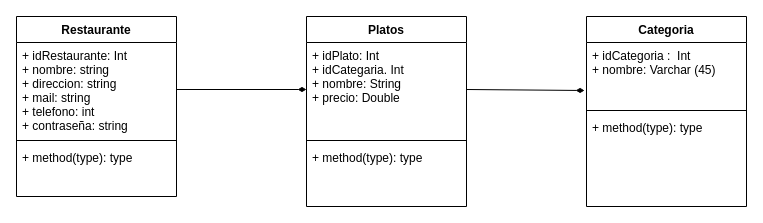
alex171615/MVCResto-1 keeps this draw.io diagram as DiagramaMvcResto/Diagrama.dio. Above is the earlier version. Source tidied: cells renumbered, new cells numbered last; positions are measured from the earlier drawing's top-left corner, leaving out a move shared by most shapes. Both pictures are drawn from the tidied source at 100%, with x=0, y=0 at pixel (16, 16).
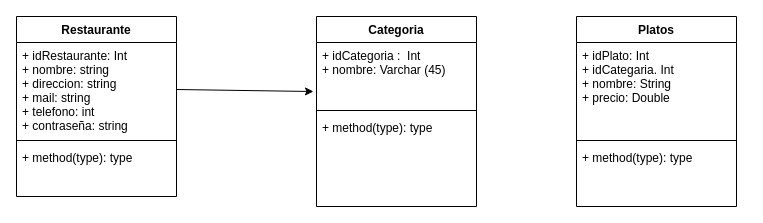
After the change.

What changed in the source:
```diff
@@
 <mxGraphModel>
   <root>
     <mxCell id="0" />
     <mxCell id="1" parent="0" />
     <mxCell id="2" value="Platos" style="swimlane;fontStyle=1;align=center;verticalAlign=top;horizontal=1;startSize=26;" parent="1" vertex="1">
-      <mxGeometry x="290" width="160" height="190" as="geometry" />
+      <mxGeometry x="560" width="160" height="190" as="geometry" />
     </mxCell>
     <mxCell id="3" value="+ idPlato: Int &#10;+ idCategaria. Int &#10;+ nombre: String&#10;+ precio: Double&#10;" style="text;strokeColor=none;fillColor=none;align=left;verticalAlign=top;spacingLeft=4;spacingRight=4;overflow=hidden;points=[[0,0.5],[1,0.5]];portConstraint=eastwest;" parent="2" vertex="1">
       <mxGeometry y="26" width="160" height="94" as="geometry" />
     </mxCell>
     <mxCell id="4" style="line;strokeWidth=1;fillColor=none;align=left;verticalAlign=middle;spacingTop=-1;spacingLeft=3;spacingRight=3;labelPosition=right;" parent="2" vertex="1">
       <mxGeometry y="120" width="160" height="8" as="geometry" />
     </mxCell>
     <mxCell id="5" value="+ method(type): type" style="text;strokeColor=none;fillColor=none;align=left;verticalAlign=top;spacingLeft=4;spacingRight=4;overflow=hidden;" parent="2" vertex="1">
       <mxGeometry y="128" width="160" height="62" as="geometry" />
     </mxCell>
     <mxCell id="6" value="Categoria" style="swimlane;fontStyle=1;align=center;verticalAlign=top;horizontal=1;startSize=26;" parent="1" vertex="1">
-      <mxGeometry x="570" width="160" height="190" as="geometry" />
+      <mxGeometry x="300" width="160" height="190" as="geometry" />
     </mxCell>
     <mxCell id="7" value="+ idCategoria :  Int&#10;+ nombre: Varchar (45)" style="text;strokeColor=none;fillColor=none;align=left;verticalAlign=top;spacingLeft=4;spacingRight=4;overflow=hidden;points=[[0,0.5],[1,0.5]];portConstraint=eastwest;" parent="6" vertex="1">
       <mxGeometry y="26" width="160" height="64" as="geometry" />
     </mxCell>
     <mxCell id="8" style="line;strokeWidth=1;fillColor=none;align=left;verticalAlign=middle;spacingTop=-1;spacingLeft=3;spacingRight=3;labelPosition=right;" parent="6" vertex="1">
       <mxGeometry y="90" width="160" height="8" as="geometry" />
     </mxCell>
     <mxCell id="9" value="+ method(type): type" style="text;strokeColor=none;fillColor=none;align=left;verticalAlign=top;spacingLeft=4;spacingRight=4;overflow=hidden;" parent="6" vertex="1">
       <mxGeometry y="98" width="160" height="92" as="geometry" />
     </mxCell>
     <mxCell id="10" value="Restaurante" style="swimlane;fontStyle=1;align=center;verticalAlign=top;horizontal=1;startSize=26;" parent="1" vertex="1">
       <mxGeometry width="160" height="180" as="geometry" />
     </mxCell>
     <mxCell id="11" value="+ idRestaurante: Int &#10;+ nombre: string&#10;+ direccion: string&#10;+ mail: string&#10;+ telefono: int&#10;+ contraseña: string&#10;" style="text;strokeColor=none;fillColor=none;align=left;verticalAlign=top;spacingLeft=4;spacingRight=4;overflow=hidden;points=[[0,0.5],[1,0.5]];portConstraint=eastwest;" parent="10" vertex="1">
       <mxGeometry y="26" width="160" height="94" as="geometry" />
     </mxCell>
     <mxCell id="12" style="line;strokeWidth=1;fillColor=none;align=left;verticalAlign=middle;spacingTop=-1;spacingLeft=3;spacingRight=3;labelPosition=right;" parent="10" vertex="1">
       <mxGeometry y="120" width="160" height="8" as="geometry" />
     </mxCell>
     <mxCell id="13" value="+ method(type): type" style="text;strokeColor=none;fillColor=none;align=left;verticalAlign=top;spacingLeft=4;spacingRight=4;overflow=hidden;" parent="10" vertex="1">
       <mxGeometry y="128" width="160" height="52" as="geometry" />
     </mxCell>
-    <mxCell id="14" style="edgeStyle=none;html=1;exitX=1;exitY=0.5;exitDx=0;exitDy=0;entryX=0;entryY=0.5;entryDx=0;entryDy=0;endArrow=diamondThin;endFill=1;" parent="1" edge="1" source="11" target="3">
-      <mxGeometry relative="1" as="geometry" />
-    </mxCell>
-    <mxCell id="15" style="edgeStyle=none;html=1;exitX=1;exitY=0.5;exitDx=0;exitDy=0;entryX=-0.012;entryY=0.75;entryDx=0;entryDy=0;entryPerimeter=0;endArrow=diamondThin;endFill=1;" parent="1" edge="1" source="3" target="7">
-      <mxGeometry relative="1" as="geometry" />
-    </mxCell>
+    <mxCell id="16" style="edgeStyle=none;html=1;exitX=1;exitY=0.5;exitDx=0;exitDy=0;entryX=-0.019;entryY=0.766;entryDx=0;entryDy=0;entryPerimeter=0;" parent="1" edge="1" source="11" target="7">
+      <mxGeometry relative="1" as="geometry" />
+    </mxCell>
   </root>
 </mxGraphModel>
```
